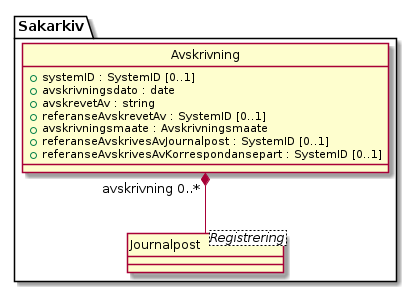
arkivverket/noark5-tjenestegrensesnitt-standard keeps this PlantUML diagram as kapitler/media/uml-class-avskrivning.png. Above is the earlier version. Source of this version:
```plantuml
@startuml
skinparam nodesep 100
hide circle
class Sakarkiv.Avskrivning {
  +systemID : SystemID [0..1]
  +avskrivningsdato : date
  +avskrevetAv : string
  +referanseAvskrevetAv : SystemID [0..1]
  +avskrivningsmaate : Avskrivningsmaate
  +referanseAvskrivesAvJournalpost : SystemID [0..1]
  +referanseAvskrivesAvKorrespondansepart : SystemID [0..1]
}
class Sakarkiv.Journalpost <Registrering> {
}
Sakarkiv.Avskrivning "avskrivning 0..*" *-- Sakarkiv.Journalpost
@enduml
```
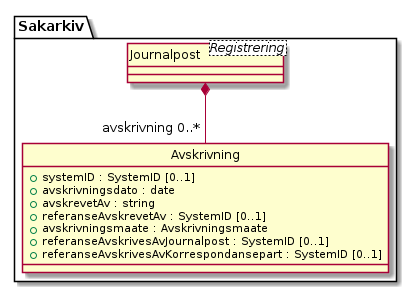
Above is the later version.

What changed in the source:
```diff
@@ -12,5 +12,5 @@
 }
 class Sakarkiv.Journalpost <Registrering> {
 }
-Sakarkiv.Avskrivning "avskrivning 0..*" *-- Sakarkiv.Journalpost
+Sakarkiv.Journalpost *-- "avskrivning 0..*" Sakarkiv.Avskrivning
 @enduml
```
